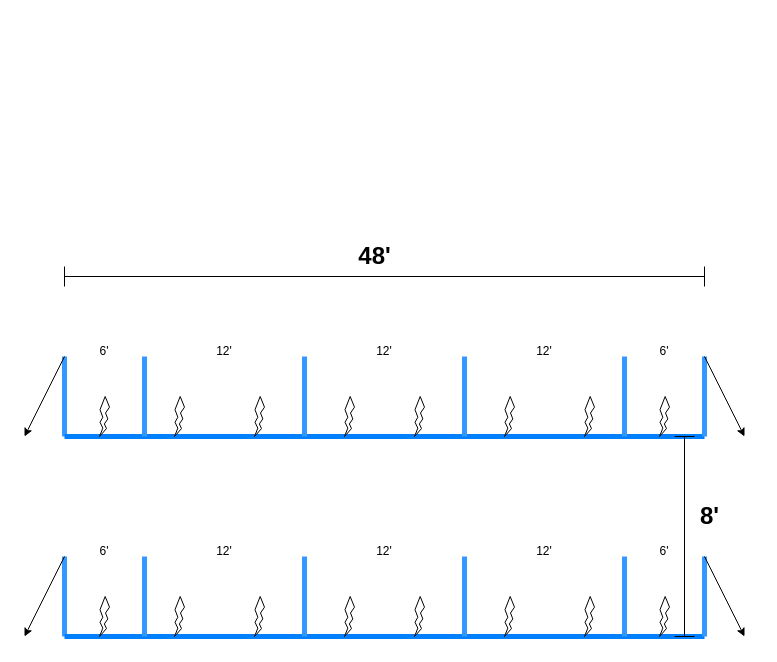
praveensehgal/APPS keeps this draw.io diagram as Untitled Diagram.drawio. Above is the earlier version. Source tidied: cells renumbered, new cells numbered last; positions are measured from the earlier drawing's top-left corner, leaving out a move shared by most shapes. Both pictures are drawn from the tidied source at 100%, with x=0, y=0 at pixel (24, 236).
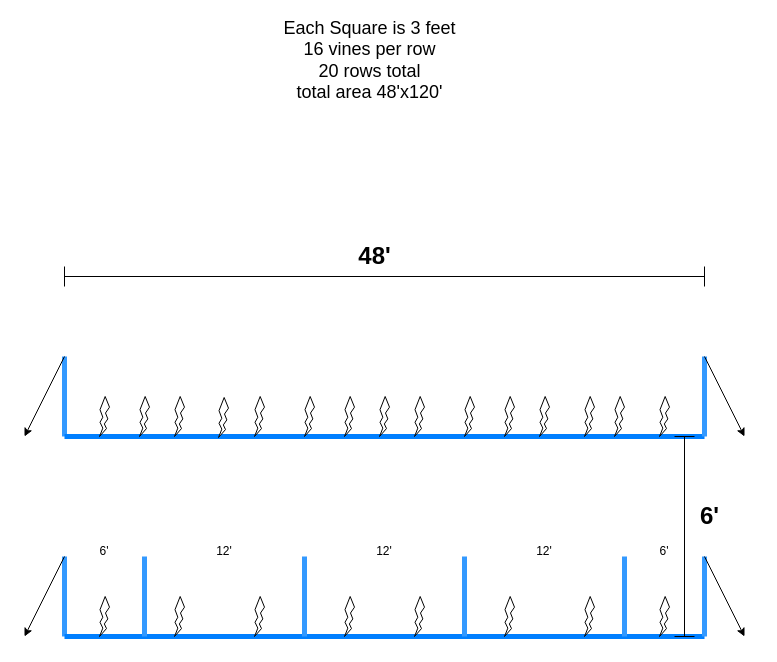
The same page after the edit.

What changed in the source:
```diff
@@
-    <mxCell id="4" style="endArrow=none;html=1;rounded=0;strokeColor=#3399FF;strokeWidth=5;endSize=10;startSize=10;" parent="1" edge="1">
-      <mxGeometry relative="1" as="geometry">
-        <mxPoint x="280" y="200" as="sourcePoint" />
-        <mxPoint x="280" y="120" as="targetPoint" />
-      </mxGeometry>
-    </mxCell>
-    <mxCell id="5" style="endArrow=none;html=1;rounded=0;strokeColor=#3399FF;strokeWidth=5;endSize=10;startSize=10;" parent="1" edge="1">
-      <mxGeometry relative="1" as="geometry">
-        <mxPoint x="440" y="200" as="sourcePoint" />
-        <mxPoint x="440" y="120" as="targetPoint" />
-      </mxGeometry>
-    </mxCell>
-    <mxCell id="6" style="endArrow=none;html=1;rounded=0;strokeColor=#3399FF;strokeWidth=5;endSize=10;startSize=10;" parent="1" edge="1">
-      <mxGeometry relative="1" as="geometry">
-        <mxPoint x="600" y="200" as="sourcePoint" />
-        <mxPoint x="600" y="120" as="targetPoint" />
-      </mxGeometry>
-    </mxCell>
@@
-    <mxCell id="8" style="endArrow=none;html=1;rounded=0;strokeColor=#3399FF;strokeWidth=5;endSize=10;startSize=10;" parent="1" edge="1">
-      <mxGeometry relative="1" as="geometry">
-        <mxPoint x="120" y="200" as="sourcePoint" />
-        <mxPoint x="120" y="120" as="targetPoint" />
-      </mxGeometry>
-    </mxCell>
-    <mxCell id="9" value="6'" style="text;html=1;align=center;verticalAlign=middle;whiteSpace=wrap;rounded=0;" parent="1" vertex="1">
-      <mxGeometry x="50" y="100" width="60" height="30" as="geometry" />
-    </mxCell>
-    <mxCell id="10" value="6'" style="text;html=1;align=center;verticalAlign=middle;whiteSpace=wrap;rounded=0;" parent="1" vertex="1">
-      <mxGeometry x="610" y="100" width="60" height="30" as="geometry" />
-    </mxCell>
-    <mxCell id="11" value="12'" style="text;html=1;align=center;verticalAlign=middle;whiteSpace=wrap;rounded=0;" parent="1" vertex="1">
-      <mxGeometry x="490" y="100" width="60" height="30" as="geometry" />
-    </mxCell>
-    <mxCell id="12" value="12'" style="text;html=1;align=center;verticalAlign=middle;whiteSpace=wrap;rounded=0;" parent="1" vertex="1">
-      <mxGeometry x="330" y="100" width="60" height="30" as="geometry" />
-    </mxCell>
-    <mxCell id="13" value="12'" style="text;html=1;align=center;verticalAlign=middle;whiteSpace=wrap;rounded=0;" parent="1" vertex="1">
-      <mxGeometry x="170" y="100" width="60" height="30" as="geometry" />
-    </mxCell>
@@
-    <mxCell id="49" value="8'" style="text;strokeColor=none;fillColor=none;html=1;fontSize=24;fontStyle=1;verticalAlign=middle;align=center;" parent="1" vertex="1">
+    <mxCell id="49" value="6'" style="text;strokeColor=none;fillColor=none;html=1;fontSize=24;fontStyle=1;verticalAlign=middle;align=center;" parent="1" vertex="1">
       <mxGeometry x="635" y="260" width="100" height="40" as="geometry" />
     </mxCell>
+    <mxCell id="50" value="&lt;font style=&quot;font-size: 18px;&quot;&gt;Each Square is 3 feet&lt;/font&gt;&lt;div&gt;&lt;font style=&quot;font-size: 18px;&quot;&gt;16 vines per row&lt;/font&gt;&lt;/div&gt;&lt;div&gt;&lt;font style=&quot;font-size: 18px;&quot;&gt;20 rows total&lt;/font&gt;&lt;/div&gt;&lt;div&gt;&lt;font style=&quot;font-size: 18px;&quot;&gt;total area 48'x120'&lt;/font&gt;&lt;/div&gt;&lt;div&gt;&lt;font style=&quot;font-size: 18px;&quot;&gt;&lt;br&gt;&lt;/font&gt;&lt;/div&gt;" style="text;html=1;align=center;verticalAlign=middle;whiteSpace=wrap;rounded=0;" parent="1" vertex="1">
+      <mxGeometry x="233" y="-180" width="225" height="30" as="geometry" />
+    </mxCell>
+    <mxCell id="51" style="verticalLabelPosition=bottom;verticalAlign=top;html=1;shape=mxgraph.basic.flash;" parent="1" vertex="1">
+      <mxGeometry x="115" y="160" width="10" height="40" as="geometry" />
+    </mxCell>
+    <mxCell id="52" style="verticalLabelPosition=bottom;verticalAlign=top;html=1;shape=mxgraph.basic.flash;" parent="1" vertex="1">
+      <mxGeometry x="194" y="161" width="10" height="40" as="geometry" />
+    </mxCell>
+    <mxCell id="53" style="verticalLabelPosition=bottom;verticalAlign=top;html=1;shape=mxgraph.basic.flash;" parent="1" vertex="1">
+      <mxGeometry x="280" y="160" width="10" height="40" as="geometry" />
+    </mxCell>
+    <mxCell id="54" style="verticalLabelPosition=bottom;verticalAlign=top;html=1;shape=mxgraph.basic.flash;" parent="1" vertex="1">
+      <mxGeometry x="355" y="160" width="10" height="40" as="geometry" />
+    </mxCell>
+    <mxCell id="55" style="verticalLabelPosition=bottom;verticalAlign=top;html=1;shape=mxgraph.basic.flash;" parent="1" vertex="1">
+      <mxGeometry x="440" y="160" width="10" height="40" as="geometry" />
+    </mxCell>
+    <mxCell id="56" style="verticalLabelPosition=bottom;verticalAlign=top;html=1;shape=mxgraph.basic.flash;" parent="1" vertex="1">
+      <mxGeometry x="515" y="160" width="10" height="40" as="geometry" />
+    </mxCell>
+    <mxCell id="57" style="verticalLabelPosition=bottom;verticalAlign=top;html=1;shape=mxgraph.basic.flash;" parent="1" vertex="1">
+      <mxGeometry x="590" y="160" width="10" height="40" as="geometry" />
+    </mxCell>
```
